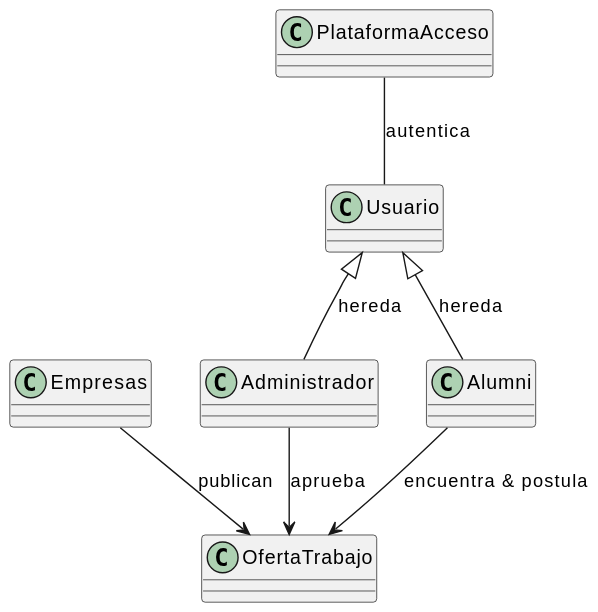
Before: modelosUML/ModeloDominio/svg/diagramaClases.svg, a diagram exported from PlantUML (mmasias/24-25-IdSw1-SDR).
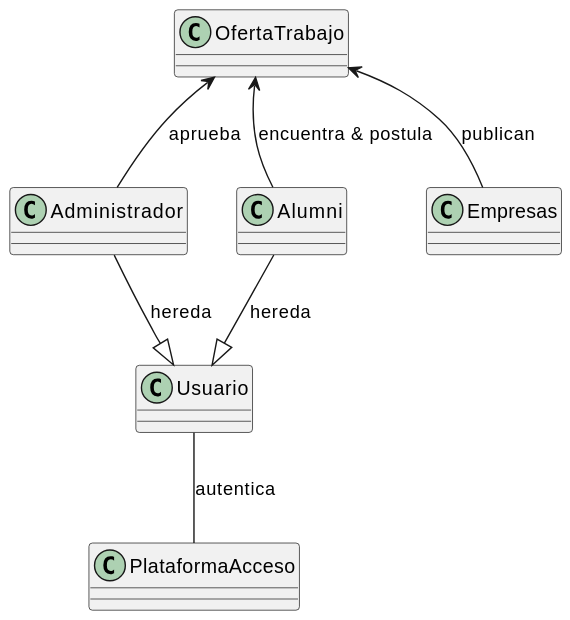
The same diagram one commit later.

Commit message:
MdD Priorizar Oferta - fix #40

Diff of the diagram source:
```diff
@@ -1,26 +1,20 @@
 @startuml
 class Usuario {
 }
-
 class Administrador {
 }
-
 class Alumni {
 }
-
 class Empresas {
 }
-
 class OfertaTrabajo {
 }
-
 class PlataformaAcceso {
 }
-
-Usuario <|-- Administrador : hereda
-Usuario <|-- Alumni : hereda
-PlataformaAcceso -- Usuario : autentica
-Empresas --> OfertaTrabajo : publican
-Administrador --> OfertaTrabajo : aprueba
-Alumni --> OfertaTrabajo : encuentra & postula
+OfertaTrabajo <-- Alumni : encuentra & postula
+OfertaTrabajo <-- Administrador : aprueba
+OfertaTrabajo <-- Empresas : publican
+Administrador --|> Usuario : hereda
+Alumni --|> Usuario  : hereda
+Usuario -- PlataformaAcceso: autentica
 @enduml
```
